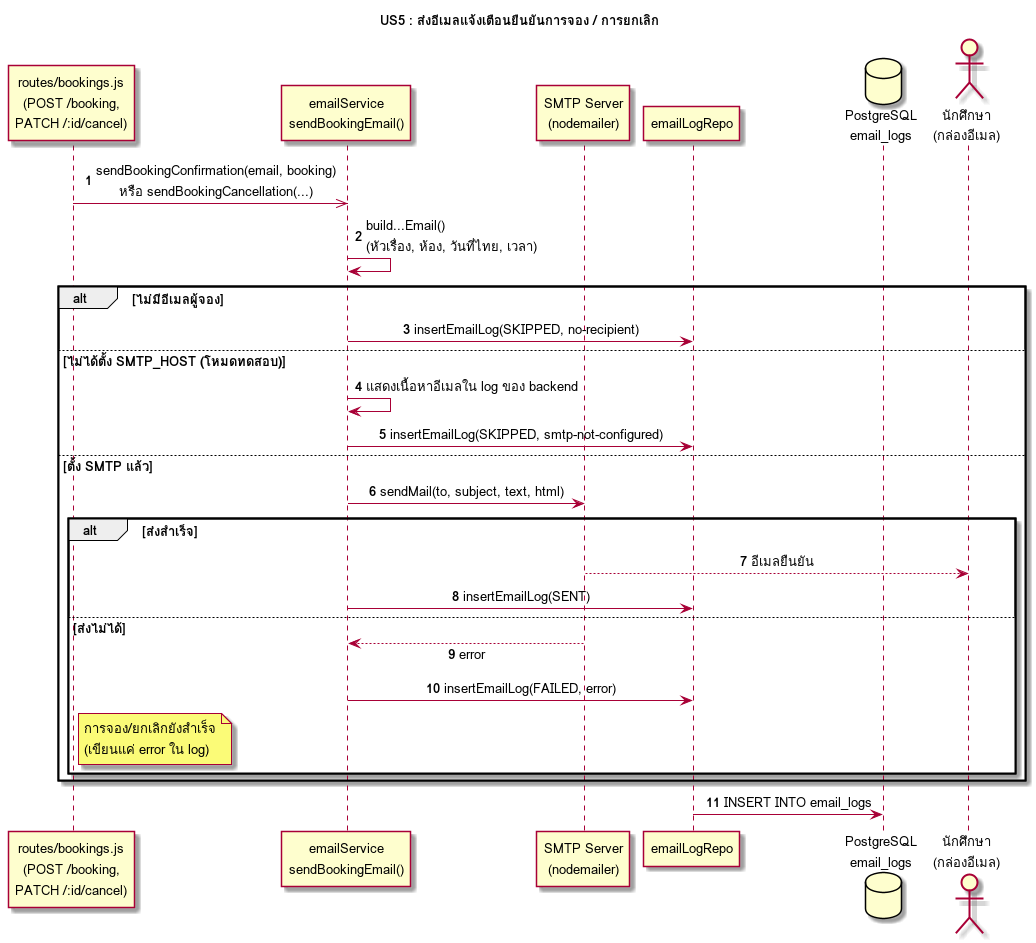
niairi/cs261_650001_group8 keeps this PlantUML diagram as docs/design/sequence/US5-email.png. Above is the earlier version. Its source is kept beside it as docs/design/sequence/US5-email.puml. The source it was exported from:
```plantuml
@startuml
skinparam defaultFontName Loma
skinparam defaultFontSize 13
skinparam sequenceMessageAlign center
skinparam responseMessageBelowArrow true
autonumber
title US5 : ส่งอีเมลแจ้งเตือนยืนยันการจอง / การยกเลิก
participant "routes/bookings.js\n(POST /booking,\nPATCH /:id/cancel)" as R
participant "emailService\nsendBookingEmail()" as E
participant "SMTP Server\n(nodemailer)" as SMTP
participant "emailLogRepo" as L
database "PostgreSQL\nemail_logs" as DB
actor "นักศึกษา\n(กล่องอีเมล)" as U

R ->> E : sendBookingConfirmation(email, booking)\nหรือ sendBookingCancellation(...)
E -> E : build...Email()\n(หัวเรื่อง, ห้อง, วันที่ไทย, เวลา)
alt ไม่มีอีเมลผู้จอง
  E -> L : insertEmailLog(SKIPPED, no-recipient)
else ไม่ได้ตั้ง SMTP_HOST (โหมดทดสอบ)
  E -> E : แสดงเนื้อหาอีเมลใน log ของ backend
  E -> L : insertEmailLog(SKIPPED, smtp-not-configured)
else ตั้ง SMTP แล้ว
  E -> SMTP : sendMail(to, subject, text, html)
  alt ส่งสำเร็จ
    SMTP --> U : อีเมลยืนยัน
    E -> L : insertEmailLog(SENT)
  else ส่งไม่ได้
    SMTP --> E : error
    E -> L : insertEmailLog(FAILED, error)
    note right of R : การจอง/ยกเลิกยังสำเร็จ\n(เขียนแค่ error ใน log)
  end
end
L -> DB : INSERT INTO email_logs
@enduml
```
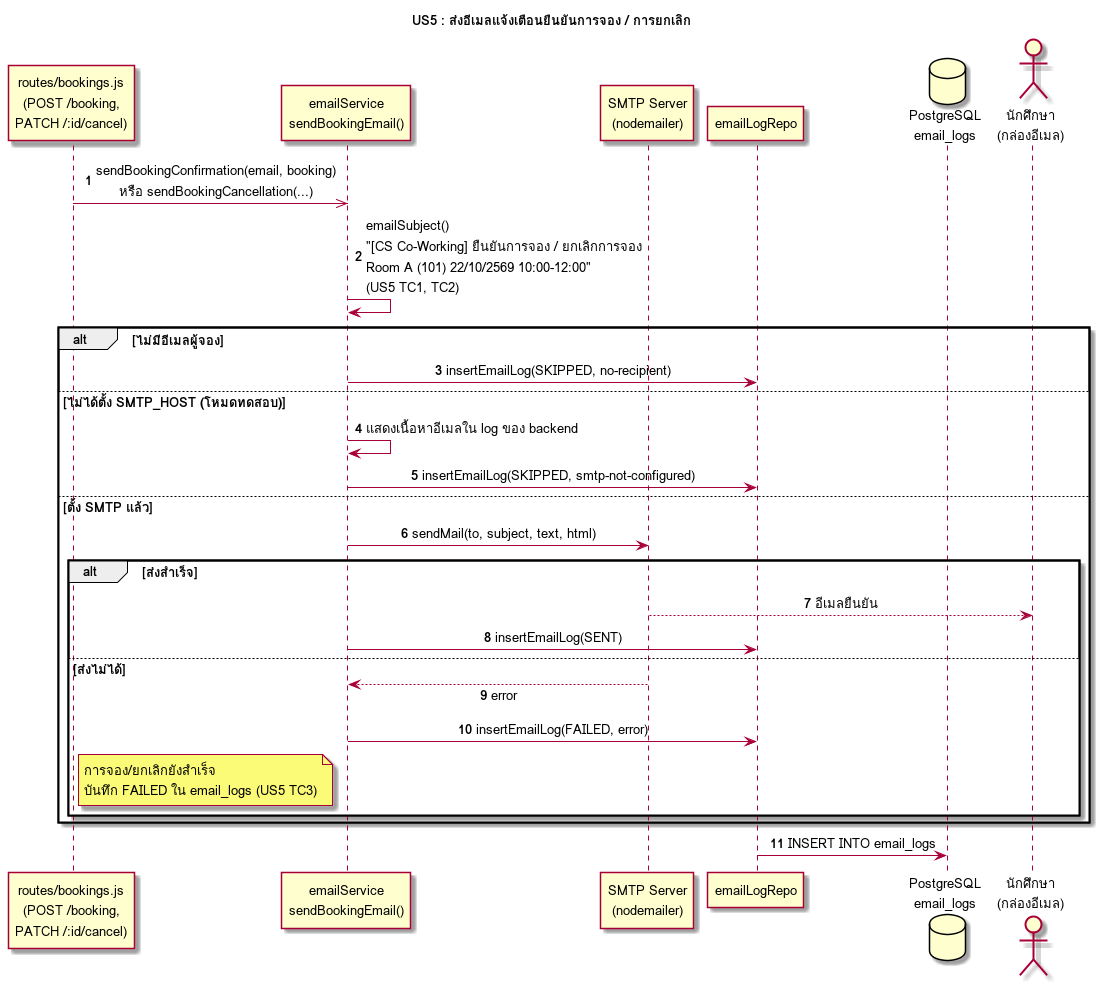
The same diagram one commit later.

Diff of the diagram source:
```diff
@@ -13,7 +13,7 @@
 actor "นักศึกษา\n(กล่องอีเมล)" as U
 
 R ->> E : sendBookingConfirmation(email, booking)\nหรือ sendBookingCancellation(...)
-E -> E : build...Email()\n(หัวเรื่อง, ห้อง, วันที่ไทย, เวลา)
+E -> E : emailSubject()\n"[CS Co-Working] ยืนยันการจอง / ยกเลิกการจอง\nRoom A (101) 22/10/2569 10:00–12:00"\n(US5 TC1, TC2)
 alt ไม่มีอีเมลผู้จอง
   E -> L : insertEmailLog(SKIPPED, no-recipient)
 else ไม่ได้ตั้ง SMTP_HOST (โหมดทดสอบ)
@@ -27,7 +27,7 @@
   else ส่งไม่ได้
     SMTP --> E : error
     E -> L : insertEmailLog(FAILED, error)
-    note right of R : การจอง/ยกเลิกยังสำเร็จ\n(เขียนแค่ error ใน log)
+    note right of R : การจอง/ยกเลิกยังสำเร็จ\nบันทึก FAILED ใน email_logs (US5 TC3)
   end
 end
 L -> DB : INSERT INTO email_logs
```
